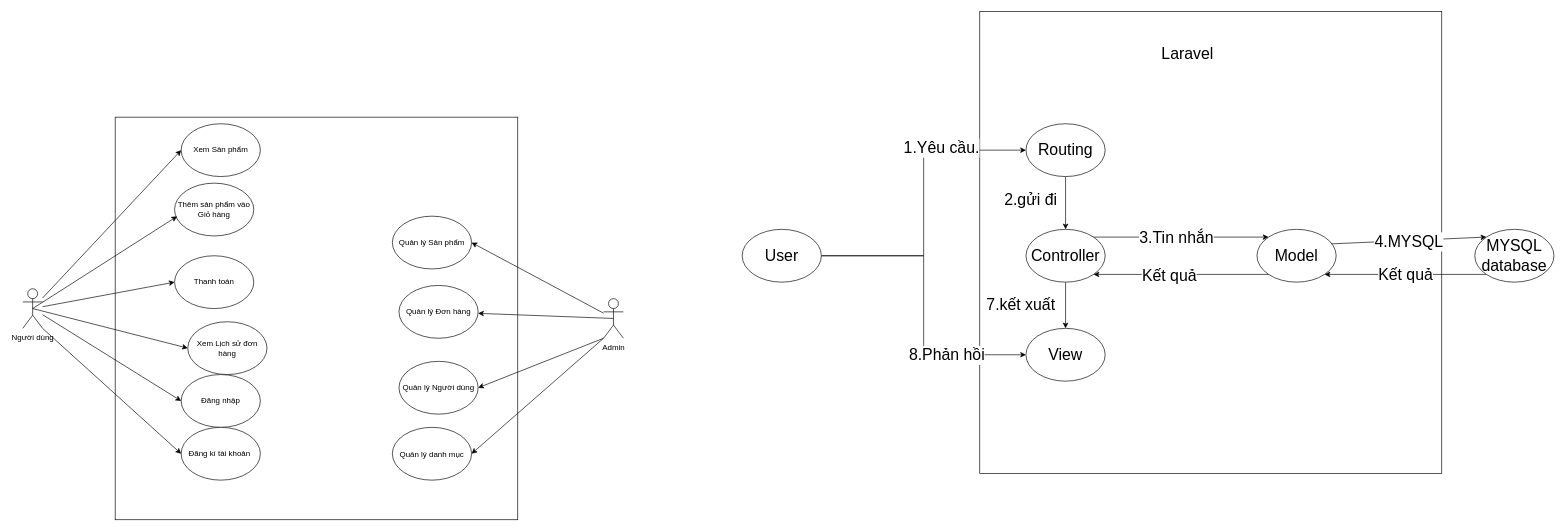
Earlier version of the draw.io diagram Untitled Diagram.drawio (beovan/WEB2041_DuAnMau). Source tidied: cells renumbered, new cells numbered last; positions are measured from the earlier drawing's top-left corner, leaving out a move shared by most shapes. Both pictures are drawn from the tidied source at 66%, with x=0, y=0 at pixel (22, 11).
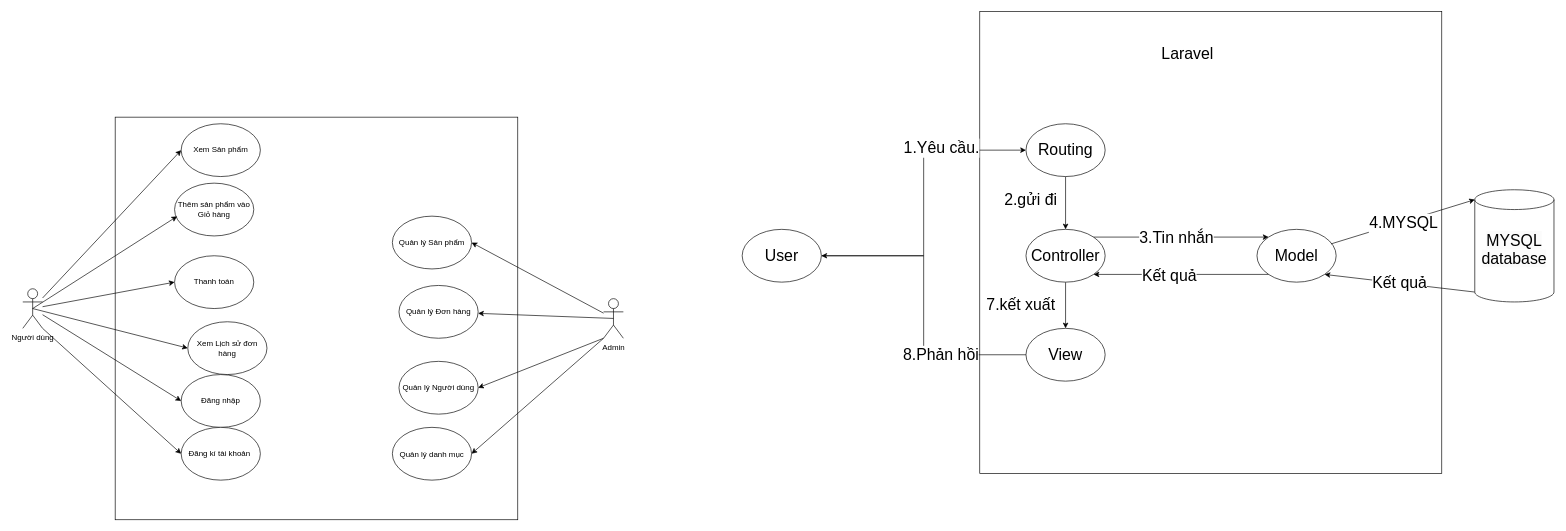
Above is the later version.

Unchanged cells that the change refers to:
```xml
<mxCell id="15" value="&lt;span style=&quot;font-size: 24px;&quot;&gt;User&lt;/span&gt;" style="ellipse;whiteSpace=wrap;html=1;" parent="1" vertex="1">
  <mxGeometry x="1090" y="330" width="120" height="80" as="geometry" />
</mxCell>
<mxCell id="18" value="View" style="ellipse;whiteSpace=wrap;html=1;fontSize=24;" parent="1" vertex="1">
  <mxGeometry x="1520" y="480" width="120" height="80" as="geometry" />
</mxCell>
<mxCell id="21" value="Model" style="ellipse;whiteSpace=wrap;html=1;fontSize=24;" parent="1" vertex="1">
  <mxGeometry x="1870" y="330" width="120" height="80" as="geometry" />
</mxCell>
```

Diff of the diagram source:
```diff
@@
-    <mxCell id="13" style="edgeStyle=orthogonalEdgeStyle;rounded=0;jettySize=auto;html=1;entryX=0;entryY=0.5;entryDx=0;entryDy=0;" parent="1" edge="1" source="15" target="18">
+    <mxCell id="13" style="edgeStyle=orthogonalEdgeStyle;rounded=0;jettySize=auto;html=1;exitX=0;exitY=0.5;exitDx=0;exitDy=0;entryX=1;entryY=0.5;entryDx=0;entryDy=0;" parent="1" edge="1" source="18" target="15">
       <mxGeometry relative="1" as="geometry" />
     </mxCell>
     <mxCell id="14" value="&lt;font style=&quot;font-size: 24px;&quot;&gt;8.Phản hồi&lt;/font&gt;" style="edgeLabel;html=1;align=center;verticalAlign=middle;" parent="13" vertex="1">
       <mxGeometry x="0.48" relative="1" as="geometry">
-        <mxPoint x="-1" as="offset" />
+        <mxPoint x="60" y="150" as="offset" />
       </mxGeometry>
     </mxCell>
@@
-    <mxCell id="22" value="&lt;font style=&quot;font-size: 24px;&quot;&gt;MYSQL&lt;br&gt;database&lt;/font&gt;" style="ellipse;whiteSpace=wrap;html=1;" parent="1" vertex="1">
-      <mxGeometry x="2200" y="330" width="120" height="80" as="geometry" />
-    </mxCell>
@@
-    <mxCell id="27" style="endArrow=classic;html=1;rounded=0;exitX=0.937;exitY=0.275;exitDx=0;exitDy=0;exitPerimeter=0;entryX=0;entryY=0;entryDx=0;entryDy=0;" parent="1" edge="1" source="21" target="22">
+    <mxCell id="27" style="endArrow=classic;html=1;rounded=0;exitX=0.937;exitY=0.275;exitDx=0;exitDy=0;exitPerimeter=0;entryX=0;entryY=0;entryDx=0;entryDy=15;entryPerimeter=0;" parent="1" edge="1" source="21" target="22">
       <mxGeometry relative="1" as="geometry" />
     </mxCell>
@@
-    <mxCell id="29" style="endArrow=classic;html=1;rounded=0;entryX=1;entryY=1;entryDx=0;entryDy=0;exitX=0;exitY=1;exitDx=0;exitDy=0;" parent="1" edge="1" source="22" target="21">
+    <mxCell id="29" style="endArrow=classic;html=1;rounded=0;entryX=1;entryY=1;entryDx=0;entryDy=0;exitX=0;exitY=1;exitDx=0;exitDy=-15;exitPerimeter=0;" parent="1" edge="1" source="22" target="21">
       <mxGeometry relative="1" as="geometry" />
     </mxCell>
@@
+    <mxCell id="22" value="&#10;&lt;span style=&quot;color: rgb(0, 0, 0); font-family: Helvetica; font-size: 24px; font-style: normal; font-variant-ligatures: normal; font-variant-caps: normal; font-weight: 400; letter-spacing: normal; orphans: 2; text-align: center; text-indent: 0px; text-transform: none; widows: 2; word-spacing: 0px; -webkit-text-stroke-width: 0px; background-color: rgb(251, 251, 251); text-decoration-thickness: initial; text-decoration-style: initial; text-decoration-color: initial; float: none; display: inline !important;&quot;&gt;MYSQL&lt;/span&gt;&lt;br style=&quot;border-color: var(--border-color); color: rgb(0, 0, 0); font-family: Helvetica; font-size: 24px; font-style: normal; font-variant-ligatures: normal; font-variant-caps: normal; font-weight: 400; letter-spacing: normal; orphans: 2; text-align: center; text-indent: 0px; text-transform: none; widows: 2; word-spacing: 0px; -webkit-text-stroke-width: 0px; background-color: rgb(251, 251, 251); text-decoration-thickness: initial; text-decoration-style: initial; text-decoration-color: initial;&quot;&gt;&lt;span style=&quot;color: rgb(0, 0, 0); font-family: Helvetica; font-size: 24px; font-style: normal; font-variant-ligatures: normal; font-variant-caps: normal; font-weight: 400; letter-spacing: normal; orphans: 2; text-align: center; text-indent: 0px; text-transform: none; widows: 2; word-spacing: 0px; -webkit-text-stroke-width: 0px; background-color: rgb(251, 251, 251); text-decoration-thickness: initial; text-decoration-style: initial; text-decoration-color: initial; float: none; display: inline !important;&quot;&gt;database&lt;/span&gt;&#10;&#10;" style="shape=cylinder3;whiteSpace=wrap;html=1;boundedLbl=1;backgroundOutline=1;size=15;" parent="1" vertex="1">
+      <mxGeometry x="2200" y="270" width="120" height="170" as="geometry" />
+    </mxCell>
```
